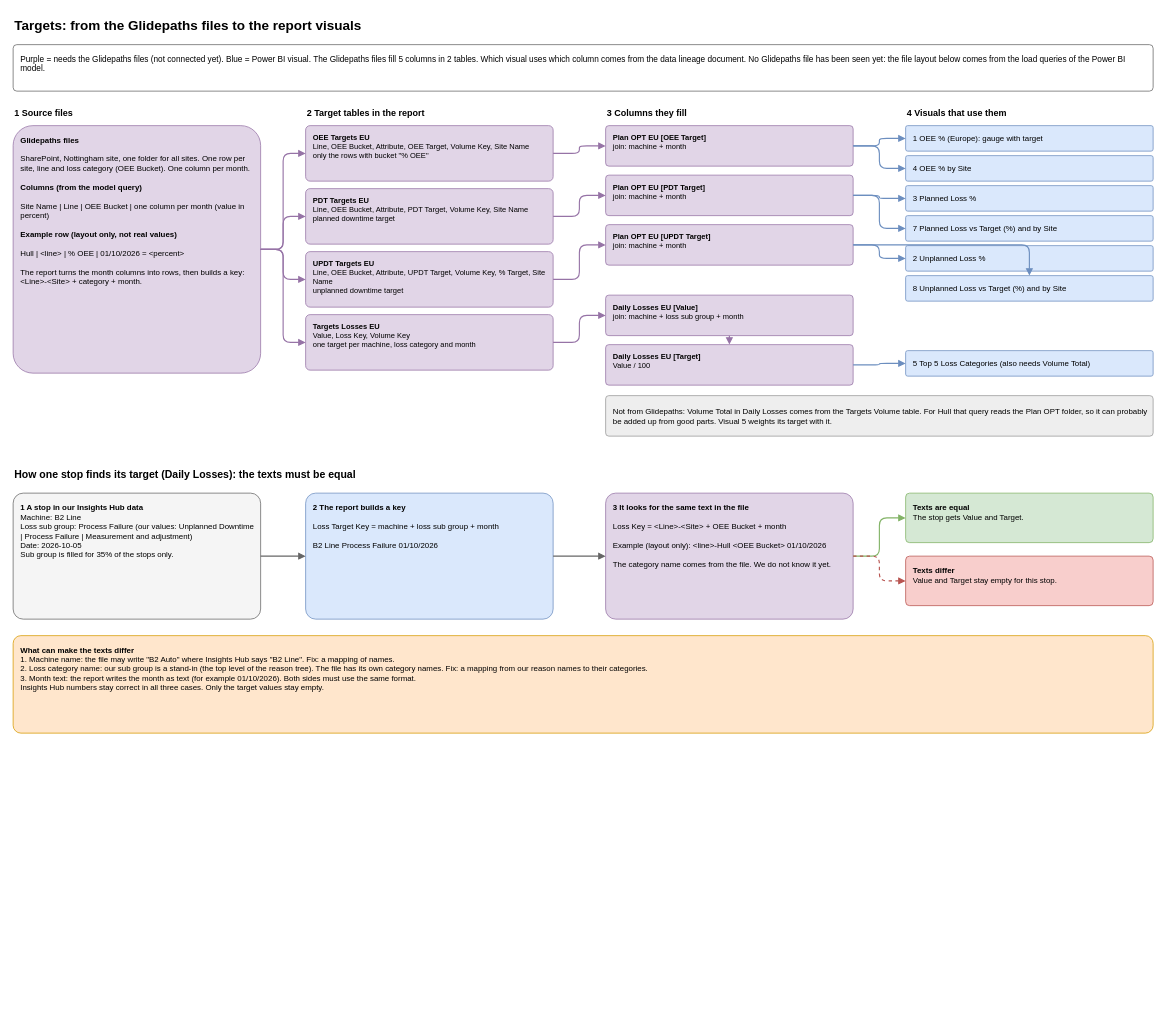
The draw.io diagram page "Explanation Targets (Glidepaths)" (8 of 16) of diagrams/powerbi-data-map.drawio in AbiyyuMufti/SIH-IBMX-R, before the edit. Source tidied: cells renumbered, new cells numbered last; positions are measured from the earlier drawing's top-left corner, leaving out a move shared by most shapes. Both pictures are drawn from the tidied source at 75%, with x=0, y=0 at pixel (13, 13).
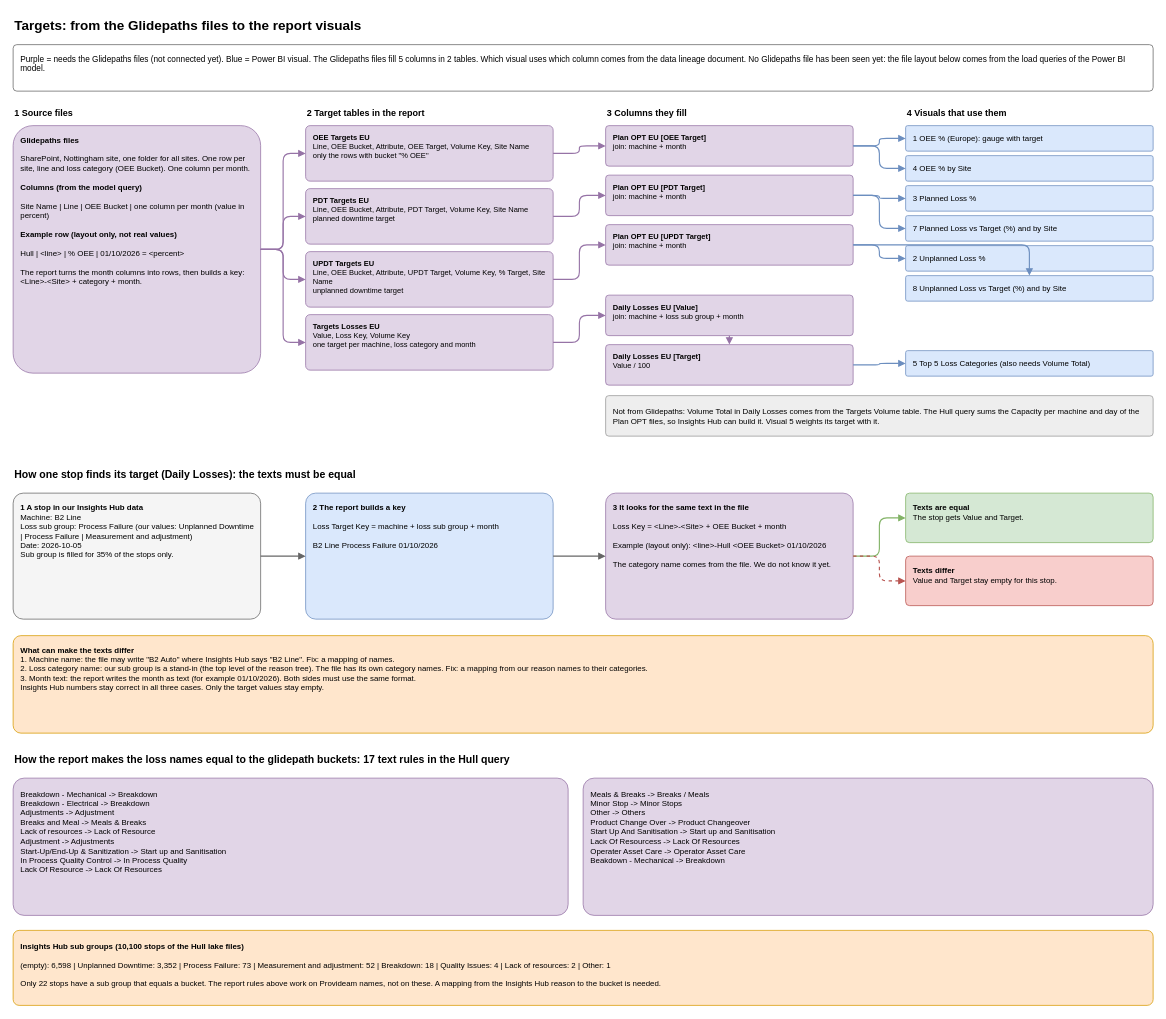
The same diagram, later.

Change to the diagram source:
```diff
@@
-    <mxCell id="41" value="Not from Glidepaths: Volume Total in Daily Losses comes from the Targets Volume table. For Hull that query reads the Plan OPT folder, so it can probably be added up from good parts. Visual 5 weights its target with it." style="rounded=1;whiteSpace=wrap;html=1;align=left;verticalAlign=middle;spacingLeft=8;spacingRight=6;spacingTop=2;spacingBottom=2;fontSize=11;arcSize=8;fillColor=#eeeeee;strokeColor=#999999;fontSize=10.5;" parent="1" vertex="1">
+    <mxCell id="41" value="Not from Glidepaths: Volume Total in Daily Losses comes from the Targets Volume table. The Hull query sums the Capacity per machine and day of the Plan OPT files, so Insights Hub can build it. Visual 5 weights its target with it." style="rounded=1;whiteSpace=wrap;html=1;align=left;verticalAlign=middle;spacingLeft=8;spacingRight=6;spacingTop=2;spacingBottom=2;fontSize=11;arcSize=8;fillColor=#eeeeee;strokeColor=#999999;fontSize=10.5;" parent="1" vertex="1">
       <mxGeometry x="790" y="510" width="730" height="54" as="geometry" />
     </mxCell>
@@
+    <mxCell id="53" value="&lt;b&gt;How the report makes the loss names equal to the glidepath buckets: 17 text rules in the Hull query&lt;/b&gt;" style="text;html=1;whiteSpace=wrap;align=left;verticalAlign=top;fontSize=12;fontSize=14;" parent="1" vertex="1">
+      <mxGeometry y="980" width="1500" height="24" as="geometry" />
+    </mxCell>
+    <mxCell id="54" value="Breakdown - Mechanical  -&amp;gt;  Breakdown&lt;br&gt;Breakdown - Electrical  -&amp;gt;  Breakdown&lt;br&gt;Adjustments  -&amp;gt;  Adjustment&lt;br&gt;Breaks and Meal  -&amp;gt;  Meals &amp;amp; Breaks&lt;br&gt;Lack of resources  -&amp;gt;  Lack of Resource&lt;br&gt;Adjustment  -&amp;gt;  Adjustments&lt;br&gt;Start-Up/End-Up &amp;amp; Sanitization  -&amp;gt;  Start up and Sanitisation&lt;br&gt;In Process Quality Control  -&amp;gt;  In Process Quality&lt;br&gt;Lack Of Resource  -&amp;gt;  Lack Of Resources" style="rounded=1;whiteSpace=wrap;html=1;align=left;verticalAlign=middle;spacingLeft=8;spacingRight=6;spacingTop=2;spacingBottom=2;fontSize=11;arcSize=8;fillColor=#e1d5e7;strokeColor=#9673a6;verticalAlign=top;spacingTop=8;fontSize=10.5;" parent="1" vertex="1">
+      <mxGeometry y="1020" width="740" height="183" as="geometry" />
+    </mxCell>
+    <mxCell id="55" value="Meals &amp;amp; Breaks  -&amp;gt;  Breaks / Meals&lt;br&gt;Minor Stop  -&amp;gt;  Minor Stops&lt;br&gt;Other  -&amp;gt;  Others&lt;br&gt;Product Change Over  -&amp;gt;  Product Changeover&lt;br&gt;Start Up And Sanitisation  -&amp;gt;  Start up and Sanitisation&lt;br&gt;Lack Of Resourcess  -&amp;gt;  Lack Of Resources&lt;br&gt;Operater Asset Care  -&amp;gt;  Operator Asset Care&lt;br&gt;Beakdown - Mechanical  -&amp;gt;  Breakdown" style="rounded=1;whiteSpace=wrap;html=1;align=left;verticalAlign=middle;spacingLeft=8;spacingRight=6;spacingTop=2;spacingBottom=2;fontSize=11;arcSize=8;fillColor=#e1d5e7;strokeColor=#9673a6;verticalAlign=top;spacingTop=8;fontSize=10.5;" parent="1" vertex="1">
+      <mxGeometry x="760" y="1020" width="760" height="183" as="geometry" />
+    </mxCell>
+    <mxCell id="56" value="&lt;b&gt;Insights Hub sub groups (10,100 stops of the Hull lake files)&lt;/b&gt;&lt;br&gt;&lt;br&gt;(empty): 6,598   |   Unplanned Downtime: 3,352   |   Process Failure: 73   |   Measurement and adjustment: 52   |   Breakdown: 18   |   Quality Issues: 4   |   Lack of resources: 2   |   Other: 1&lt;br&gt;&lt;br&gt;Only 22 stops have a sub group that equals a bucket. The report rules above work on Provideam names, not on these. A mapping from the Insights Hub reason to the bucket is needed." style="rounded=1;whiteSpace=wrap;html=1;align=left;verticalAlign=middle;spacingLeft=8;spacingRight=6;spacingTop=2;spacingBottom=2;fontSize=11;arcSize=8;fillColor=#ffe6cc;strokeColor=#d79b00;verticalAlign=top;spacingTop=8;fontSize=10.5;" parent="1" vertex="1">
+      <mxGeometry y="1223" width="1520" height="100" as="geometry" />
+    </mxCell>
```
